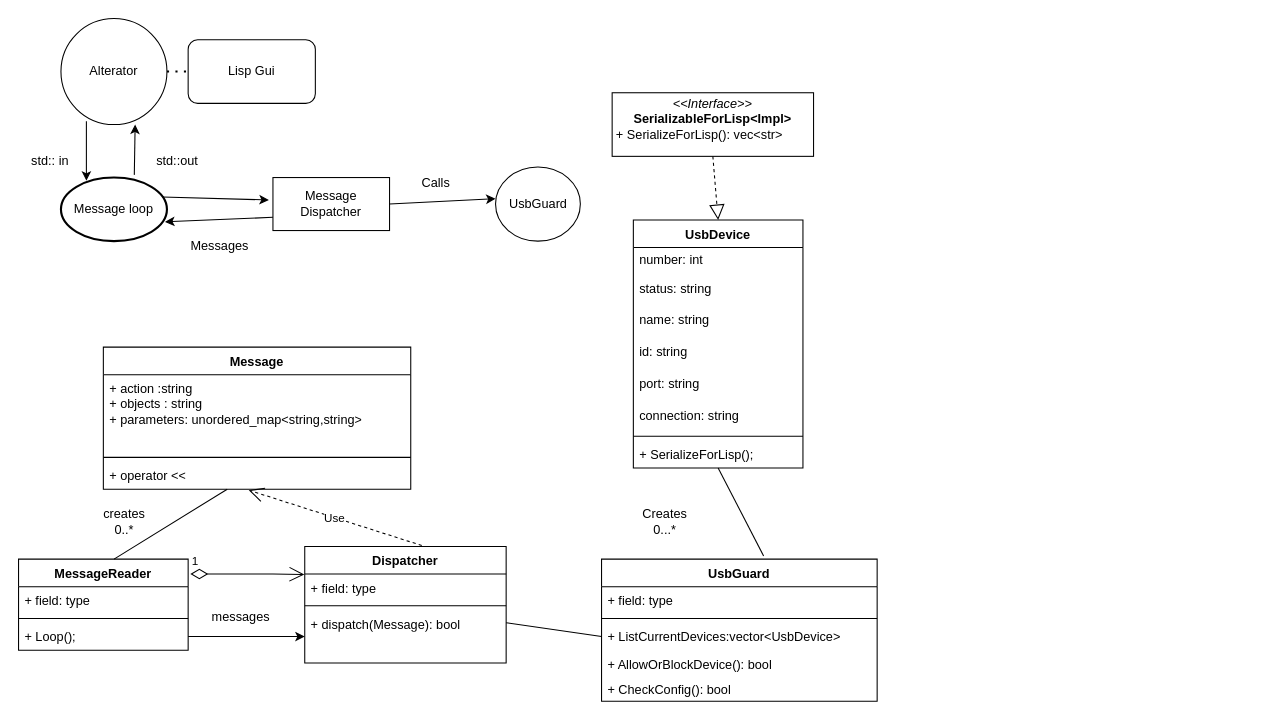
This is Classes.drawio from 3036662/alterator-usbmount, a draw.io file, before an edit. Source tidied: cells renumbered, new cells numbered last; positions are measured from the earlier drawing's top-left corner, leaving out a move shared by most shapes. Both pictures are drawn from the tidied source at 106%, with x=0, y=0 at pixel (18, 18).
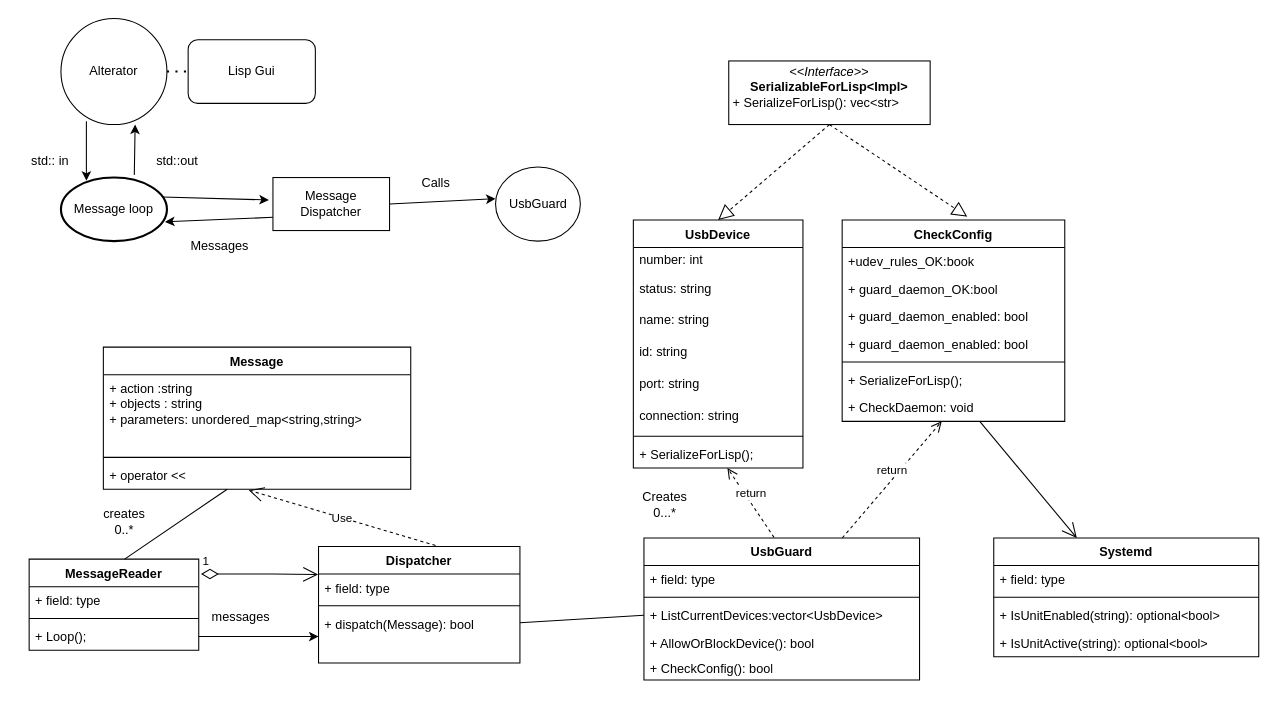
The same diagram, later.

Commit message:
add ChceckConfig and Systemd

The change refers to these unchanged cells:
```xml
<mxCell id="39" value="+ SerializeForLisp();" style="text;strokeColor=none;fillColor=none;align=left;verticalAlign=top;spacingLeft=4;spacingRight=4;overflow=hidden;points=[[0,0.5],[1,0.5]];portConstraint=eastwest;whiteSpace=wrap;html=1;" parent="31" vertex="1">
  <mxGeometry y="208" width="160" height="26" as="geometry" />
</mxCell>
```

Change to the diagram source:
```diff
@@
     <mxCell id="18" value="MessageReader" style="swimlane;fontStyle=1;align=center;verticalAlign=top;horizontal=1;startSize=26;whiteSpace=wrap;html=1;" parent="1" vertex="1">
-      <mxGeometry y="510" width="160" height="86" as="geometry" />
+      <mxGeometry x="10" y="510" width="160" height="86" as="geometry" />
     </mxCell>
@@
     <mxCell id="26" value="Dispatcher" style="swimlane;fontStyle=1;align=center;verticalAlign=top;horizontal=1;startSize=26;whiteSpace=wrap;html=1;" parent="1" vertex="1">
-      <mxGeometry x="270" y="498" width="190" height="110" as="geometry" />
+      <mxGeometry x="283" y="498" width="190" height="110" as="geometry" />
     </mxCell>
@@
     <mxCell id="40" value="UsbGuard" style="swimlane;fontStyle=1;align=center;verticalAlign=top;horizontal=1;startSize=26;whiteSpace=wrap;html=1;" parent="1" vertex="1">
-      <mxGeometry x="550" y="510" width="260" height="134" as="geometry" />
+      <mxGeometry x="590" y="490" width="260" height="134" as="geometry" />
     </mxCell>
@@
-    <mxCell id="52" style="endArrow=none;html=1;rounded=0;entryX=0.5;entryY=1;entryDx=0;entryDy=0;entryPerimeter=0;exitX=0.588;exitY=-0.023;exitDx=0;exitDy=0;exitPerimeter=0;" parent="1" edge="1" source="40" target="39">
-      <mxGeometry relative="1" as="geometry" />
-    </mxCell>
     <mxCell id="53" value="Creates 0...*" style="text;html=1;strokeColor=none;fillColor=none;align=center;verticalAlign=middle;whiteSpace=wrap;rounded=0;" parent="1" vertex="1">
-      <mxGeometry x="580" y="460" width="60" height="30" as="geometry" />
+      <mxGeometry x="580" y="444" width="60" height="30" as="geometry" />
     </mxCell>
     <mxCell id="54" value="&lt;p style=&quot;margin:0px;margin-top:4px;text-align:center;&quot;&gt;&lt;i&gt;&amp;lt;&amp;lt;Interface&amp;gt;&amp;gt;&lt;/i&gt;&lt;br&gt;&lt;b&gt;SerializableForLisp&amp;lt;Impl&amp;gt;&lt;/b&gt;&lt;/p&gt;&lt;p style=&quot;margin:0px;margin-left:4px;&quot;&gt;+ SerializeForLisp(): vec&amp;lt;str&amp;gt;&lt;br&gt;&lt;/p&gt;" style="verticalAlign=top;align=left;overflow=fill;fontSize=12;fontFamily=Helvetica;html=1;" parent="1" vertex="1">
-      <mxGeometry x="560" y="70" width="190" height="60" as="geometry" />
+      <mxGeometry x="670" y="40" width="190" height="60" as="geometry" />
     </mxCell>
@@
+    <mxCell id="56" value="CheckConfig" style="swimlane;fontStyle=1;align=center;verticalAlign=top;horizontal=1;startSize=26;" parent="1" vertex="1">
+      <mxGeometry x="777" y="190" width="210" height="190" as="geometry" />
+    </mxCell>
+    <mxCell id="57" value="+udev_rules_OK:book" style="text;strokeColor=none;fillColor=none;align=left;verticalAlign=top;spacingLeft=4;spacingRight=4;overflow=hidden;" parent="56" vertex="1">
+      <mxGeometry y="26" width="210" height="26" as="geometry" />
+    </mxCell>
+    <mxCell id="58" value="+ guard_daemon_OK:bool" style="text;strokeColor=none;fillColor=none;align=left;verticalAlign=top;spacingLeft=4;spacingRight=4;overflow=hidden;" parent="56" vertex="1">
+      <mxGeometry y="52" width="210" height="26" as="geometry" />
+    </mxCell>
+    <mxCell id="59" value="+ guard_daemon_enabled: bool" style="text;strokeColor=none;fillColor=none;align=left;verticalAlign=top;spacingLeft=4;spacingRight=4;overflow=hidden;" parent="56" vertex="1">
+      <mxGeometry y="78" width="210" height="26" as="geometry" />
+    </mxCell>
+    <mxCell id="60" value="+ guard_daemon_enabled: bool" style="text;strokeColor=none;fillColor=none;align=left;verticalAlign=top;spacingLeft=4;spacingRight=4;overflow=hidden;" parent="56" vertex="1">
+      <mxGeometry y="104" width="210" height="26" as="geometry" />
+    </mxCell>
+    <mxCell id="61" style="line;strokeWidth=1;fillColor=none;align=left;verticalAlign=middle;spacingTop=-1;spacingLeft=3;spacingRight=3;labelPosition=right;strokeColor=inherit;" parent="56" vertex="1">
+      <mxGeometry y="130" width="210" height="8" as="geometry" />
+    </mxCell>
+    <mxCell id="62" value="+ SerializeForLisp();" style="text;strokeColor=none;fillColor=none;align=left;verticalAlign=top;spacingLeft=4;spacingRight=4;overflow=hidden;whiteSpace=wrap;html=1;" parent="56" vertex="1">
+      <mxGeometry y="138" width="210" height="26" as="geometry" />
+    </mxCell>
+    <mxCell id="63" value="+ CheckDaemon: void" style="text;strokeColor=none;fillColor=none;align=left;verticalAlign=top;spacingLeft=4;spacingRight=4;overflow=hidden;points=[[0,0.5],[1,0.5]];portConstraint=eastwest;" parent="56" vertex="1">
+      <mxGeometry y="164" width="210" height="26" as="geometry" />
+    </mxCell>
+    <mxCell id="64" style="endArrow=block;dashed=1;endFill=0;endSize=12;html=1;entryX=0.562;entryY=-0.016;entryDx=0;entryDy=0;exitX=0.5;exitY=1;exitDx=0;exitDy=0;entryPerimeter=0;" parent="1" edge="1" source="54" target="56">
+      <mxGeometry relative="1" as="geometry" />
+    </mxCell>
+    <mxCell id="65" value="Systemd" style="swimlane;fontStyle=1;align=center;verticalAlign=top;horizontal=1;startSize=26;" parent="1" vertex="1">
+      <mxGeometry x="920" y="490" width="250" height="112" as="geometry" />
+    </mxCell>
+    <mxCell id="66" value="+ field: type" style="text;strokeColor=none;fillColor=none;align=left;verticalAlign=top;spacingLeft=4;spacingRight=4;overflow=hidden;" parent="65" vertex="1">
+      <mxGeometry y="26" width="250" height="26" as="geometry" />
+    </mxCell>
+    <mxCell id="67" style="line;strokeWidth=1;fillColor=none;align=left;verticalAlign=middle;spacingTop=-1;spacingLeft=3;spacingRight=3;labelPosition=right;strokeColor=inherit;" parent="65" vertex="1">
+      <mxGeometry y="52" width="250" height="8" as="geometry" />
+    </mxCell>
+    <mxCell id="68" value="+ IsUnitEnabled(string): optional&lt;bool&gt;" style="text;strokeColor=none;fillColor=none;align=left;verticalAlign=top;spacingLeft=4;spacingRight=4;overflow=hidden;" parent="65" vertex="1">
+      <mxGeometry y="60" width="250" height="26" as="geometry" />
+    </mxCell>
+    <mxCell id="69" value="+ IsUnitActive(string): optional&lt;bool&gt;" style="text;strokeColor=none;fillColor=none;align=left;verticalAlign=top;spacingLeft=4;spacingRight=4;overflow=hidden;" parent="65" vertex="1">
+      <mxGeometry y="86" width="250" height="26" as="geometry" />
+    </mxCell>
+    <mxCell id="70" value="return" style="html=1;verticalAlign=bottom;endArrow=open;dashed=1;endSize=8;" parent="1" edge="1" source="40" target="63">
+      <mxGeometry relative="1" as="geometry" />
+    </mxCell>
+    <mxCell id="71" style="endArrow=open;endFill=1;endSize=12;html=1;exitX=0.618;exitY=1;exitDx=0;exitDy=0;exitPerimeter=0;" parent="1" edge="1" source="63" target="65">
+      <mxGeometry relative="1" as="geometry" />
+    </mxCell>
+    <mxCell id="52" value="return" style="html=1;verticalAlign=bottom;endArrow=open;dashed=1;endSize=8;exitX=0.472;exitY=-0.004;exitDx=0;exitDy=0;exitPerimeter=0;" parent="1" edge="1" source="40" target="39">
+      <mxGeometry relative="1" as="geometry" />
+    </mxCell>
```
